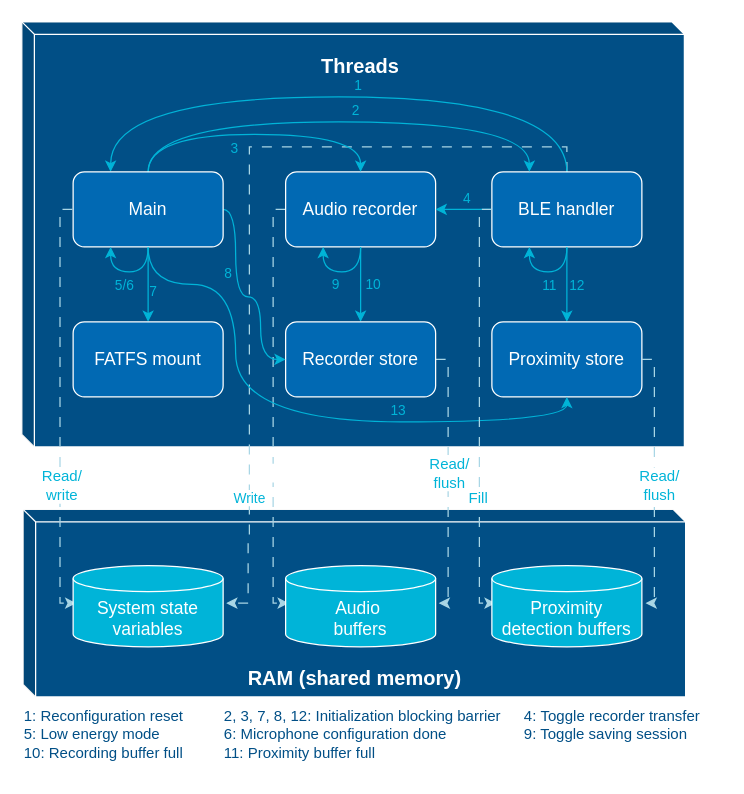
Above: 01-Report/diagram/threads.drawio in DrinkDark/Master_TM_DataCollar (draw.io), before the change. Source tidied: cells renumbered, new cells numbered last; positions are measured from the earlier drawing's top-left corner, leaving out a move shared by most shapes. Both pictures are drawn from the tidied source at 125%, with x=0, y=0 at pixel (21, 21).
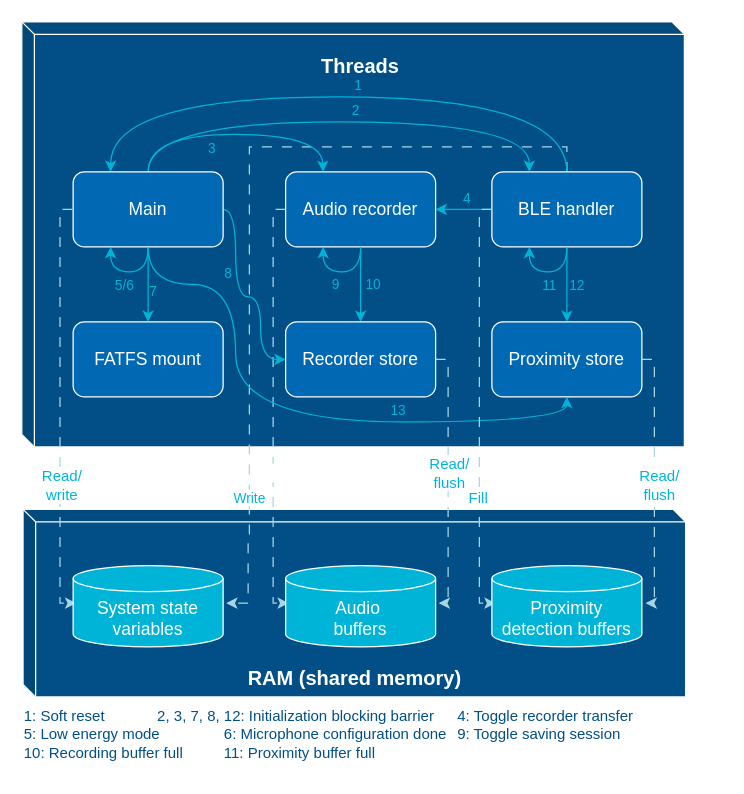
The same page after the edit.

The change refers to these unchanged cells:
```xml
<mxCell id="10" value="&lt;font style=&quot;font-size: 14px;&quot; color=&quot;#ffffff&quot;&gt;Audio recorder&lt;/font&gt;" style="rounded=1;whiteSpace=wrap;html=1;fillColor=#0169B3;strokeColor=#FFFFFF;" parent="1" vertex="1">
  <mxGeometry x="211" y="120" width="120" height="60" as="geometry" />
</mxCell>
<mxCell id="32" value="&lt;font color=&quot;#ffffff&quot; style=&quot;font-size: 14px;&quot;&gt;Main&lt;/font&gt;" style="rounded=1;whiteSpace=wrap;html=1;fillColor=#0169B3;strokeColor=#FFFFFF;" parent="1" vertex="1">
  <mxGeometry x="41" y="120" width="120" height="60" as="geometry" />
</mxCell>
```

Change to the diagram source:
```diff
@@
-    <mxCell id="22" style="edgeStyle=orthogonalEdgeStyle;rounded=0;jettySize=auto;html=1;exitX=0.5;exitY=0;exitDx=0;exitDy=0;entryX=0.5;entryY=0;entryDx=0;entryDy=0;curved=1;strokeColor=#00B4D8;" parent="1" edge="1" source="32" target="10">
+    <mxCell id="22" style="edgeStyle=orthogonalEdgeStyle;rounded=0;jettySize=auto;html=1;exitX=0.5;exitY=0;exitDx=0;exitDy=0;entryX=0.25;entryY=0;entryDx=0;entryDy=0;curved=1;strokeColor=#00B4D8;" parent="1" edge="1" source="32" target="10">
       <mxGeometry relative="1" as="geometry">
         <Array as="points">
           <mxPoint x="101" y="90" />
-          <mxPoint x="271" y="90" />
+          <mxPoint x="240" y="90" />
         </Array>
       </mxGeometry>
     </mxCell>
@@
-    <mxCell id="44" value="&lt;font color=&quot;#014f86&quot;&gt;1:&amp;nbsp;Reconfiguration reset&lt;span style=&quot;white-space: pre;&quot;&gt;&#9;&lt;/span&gt;&lt;span style=&quot;white-space: pre;&quot;&gt;&#9;&lt;/span&gt;2, 3, 7, 8, 12:&amp;nbsp;Initialization blocking barrier&lt;span style=&quot;white-space: pre;&quot;&gt;&#9;&lt;/span&gt;4:&amp;nbsp;Toggle recorder transfer&lt;/font&gt;&lt;div&gt;&lt;font color=&quot;#014f86&quot;&gt;5: Low energy mode&lt;span style=&quot;white-space: pre;&quot;&gt;&#9;&lt;/span&gt;&lt;span style=&quot;white-space: pre;&quot;&gt;&#9;&lt;/span&gt;6: Microphone configuration done&lt;span style=&quot;white-space: pre;&quot;&gt;&#9;&lt;/span&gt;&lt;span style=&quot;white-space: pre;&quot;&gt;&#9;&lt;/span&gt;&lt;span style=&quot;white-space: pre;&quot;&gt;&#9;&lt;/span&gt;9: Toggle saving session&lt;/font&gt;&lt;/div&gt;&lt;div&gt;&lt;font color=&quot;#014f86&quot;&gt;10: Recording buffer full&lt;span style=&quot;white-space: pre;&quot;&gt;&#9;&lt;/span&gt;&lt;span style=&quot;white-space: pre;&quot;&gt;&#9;&lt;/span&gt;11: Proximity buffer full&lt;/font&gt;&lt;/div&gt;" style="text;html=1;align=left;verticalAlign=middle;strokeColor=none;fillColor=none;" parent="1" vertex="1">
-      <mxGeometry y="540" width="560" height="60" as="geometry" />
+    <mxCell id="44" value="&lt;font color=&quot;#014f86&quot;&gt;1:&amp;nbsp;Soft reset&lt;span style=&quot;white-space: pre;&quot;&gt;&#9;&lt;/span&gt;&lt;span style=&quot;white-space: pre;&quot;&gt;&#9;&lt;/span&gt;2, 3, 7, 8, 12:&amp;nbsp;Initialization blocking barrier&lt;span style=&quot;white-space: pre;&quot;&gt;&#9;&lt;/span&gt;4:&amp;nbsp;Toggle recorder transfer&lt;/font&gt;&lt;div&gt;&lt;font color=&quot;#014f86&quot;&gt;5: Low energy mode&lt;span style=&quot;white-space: pre;&quot;&gt;&#9;&lt;/span&gt;&lt;span style=&quot;white-space: pre;&quot;&gt;&#9;&lt;/span&gt;6: Microphone configuration done&lt;span style=&quot;white-space: pre;&quot;&gt;&#9;&lt;/span&gt;9: Toggle saving session&lt;/font&gt;&lt;/div&gt;&lt;div&gt;&lt;font color=&quot;#014f86&quot;&gt;10: Recording buffer full&lt;span style=&quot;white-space: pre;&quot;&gt;&#9;&lt;/span&gt;&lt;span style=&quot;white-space: pre;&quot;&gt;&#9;&lt;/span&gt;11: Proximity buffer full&lt;/font&gt;&lt;/div&gt;" style="text;html=1;align=left;verticalAlign=middle;strokeColor=none;fillColor=none;" parent="1" vertex="1">
+      <mxGeometry y="540" width="510" height="60" as="geometry" />
     </mxCell>
```
